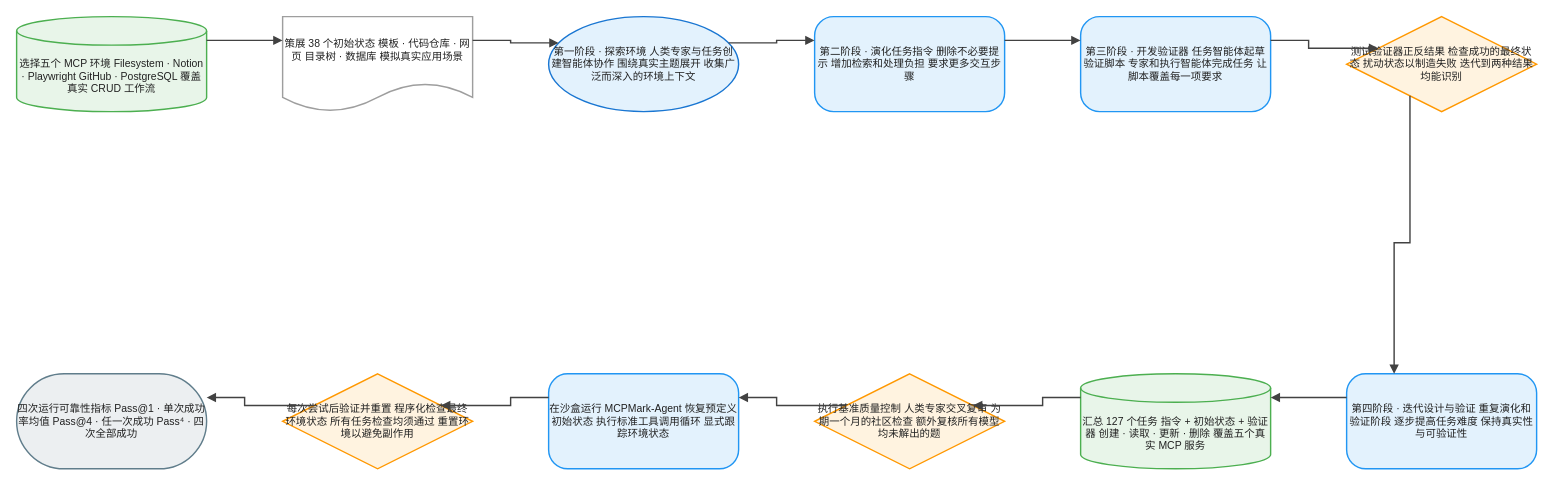
Before: client/public/drawio/MCPMark/MCPMark.zh.drawio in joe1chief/benchmark-hub, a draw.io diagram. Source tidied: cells renumbered, new cells numbered last; positions are measured from the earlier drawing's top-left corner, leaving out a move shared by most shapes. Both pictures are drawn from the tidied source at 95%, with x=0, y=0 at pixel (16, 16).
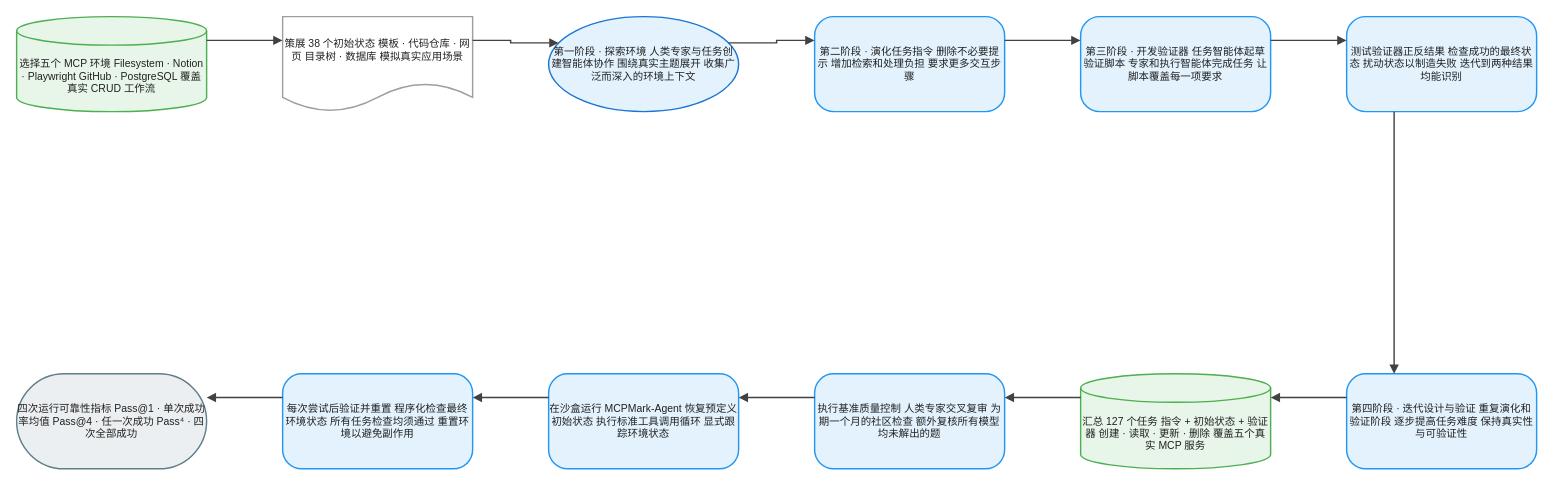
The same page after the edit.

The edit, as a diff of the source:
```diff
@@
-    <mxCell id="7" value="测试验证器正反结果 检查成功的最终状态 扰动状态以制造失败 迭代到两种结果均能识别" style="rhombus;html=1;whiteSpace=wrap;fillColor=#FFF3E0;strokeColor=#FF9800;strokeWidth=1.5;fontColor=#212121;fontSize=11;fontFamily=Arial, Helvetica, sans-serif;verticalAlign=middle;align=center;" parent="1" vertex="1">
+    <mxCell id="7" value="测试验证器正反结果 检查成功的最终状态 扰动状态以制造失败 迭代到两种结果均能识别" style="rounded=1;arcSize=20;html=1;whiteSpace=wrap;fillColor=#E3F2FD;strokeColor=#2196F3;strokeWidth=1.5;fontColor=#212121;fontSize=11;fontFamily=Arial, Helvetica, sans-serif;verticalAlign=middle;align=center;" parent="1" vertex="1">
       <mxGeometry x="1400" width="200" height="100" as="geometry" />
     </mxCell>
@@
-    <mxCell id="10" value="执行基准质量控制 人类专家交叉复审 为期一个月的社区检查 额外复核所有模型均未解出的题" style="rhombus;html=1;whiteSpace=wrap;fillColor=#FFF3E0;strokeColor=#FF9800;strokeWidth=1.5;fontColor=#212121;fontSize=11;fontFamily=Arial, Helvetica, sans-serif;verticalAlign=middle;align=center;" parent="1" vertex="1">
+    <mxCell id="10" value="执行基准质量控制 人类专家交叉复审 为期一个月的社区检查 额外复核所有模型均未解出的题" style="rounded=1;arcSize=20;html=1;whiteSpace=wrap;fillColor=#E3F2FD;strokeColor=#2196F3;strokeWidth=1.5;fontColor=#212121;fontSize=11;fontFamily=Arial, Helvetica, sans-serif;verticalAlign=middle;align=center;" parent="1" vertex="1">
       <mxGeometry x="840" y="376" width="200" height="100" as="geometry" />
     </mxCell>
@@
-    <mxCell id="12" value="每次尝试后验证并重置 程序化检查最终环境状态 所有任务检查均须通过 重置环境以避免副作用" style="rhombus;html=1;whiteSpace=wrap;fillColor=#FFF3E0;strokeColor=#FF9800;strokeWidth=1.5;fontColor=#212121;fontSize=11;fontFamily=Arial, Helvetica, sans-serif;verticalAlign=middle;align=center;" parent="1" vertex="1">
+    <mxCell id="12" value="每次尝试后验证并重置 程序化检查最终环境状态 所有任务检查均须通过 重置环境以避免副作用" style="rounded=1;arcSize=20;html=1;whiteSpace=wrap;fillColor=#E3F2FD;strokeColor=#2196F3;strokeWidth=1.5;fontColor=#212121;fontSize=11;fontFamily=Arial, Helvetica, sans-serif;verticalAlign=middle;align=center;" parent="1" vertex="1">
       <mxGeometry x="280" y="376" width="200" height="100" as="geometry" />
     </mxCell>
```
